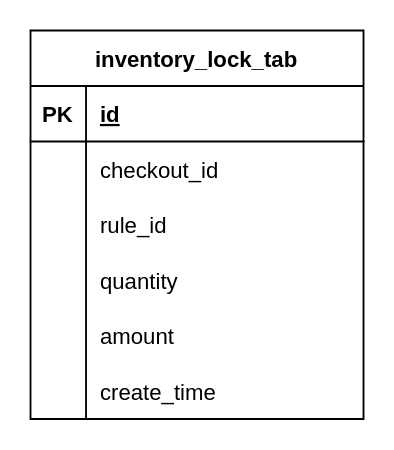
xhd2015/bog keeps this draw.io diagram as tmp.drawio. Above is the earlier version. Source tidied: cells renumbered, new cells numbered last; positions are measured from the earlier drawing's top-left corner, leaving out a move shared by most shapes. Both pictures are drawn from the tidied source at 185%, with x=0, y=0 at pixel (30, 30).
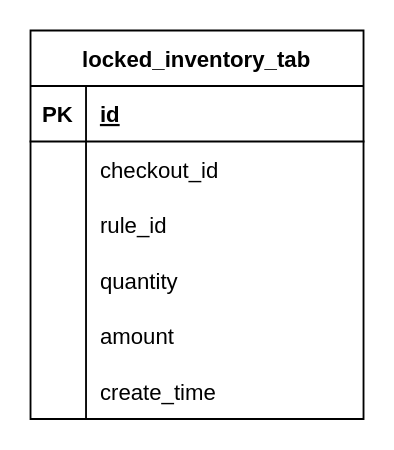
After the change.

What changed in the source:
```diff
@@
-    <mxCell id="2" value="inventory_lock_tab" style="shape=table;startSize=30;childLayout=tableLayout;rowLines=0;fontStyle=1;align=center;" parent="1" vertex="1">
+    <mxCell id="2" value="locked_inventory_tab" style="shape=table;startSize=30;childLayout=tableLayout;rowLines=0;fontStyle=1;align=center;" parent="1" vertex="1">
       <mxGeometry width="180" height="210" as="geometry" />
     </mxCell>
```
